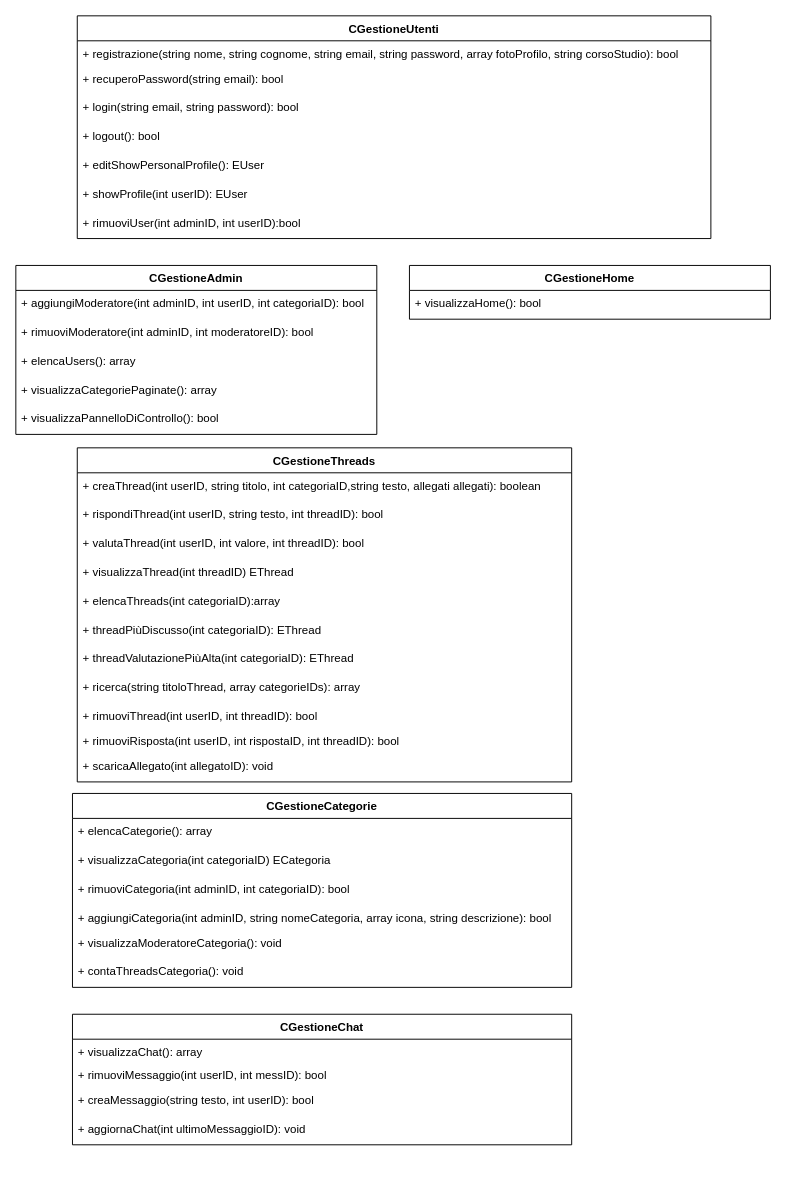
Earlier version of the draw.io diagram Diagrammi/UMLControl.drawio (EdoPan/UniChat). Source tidied: cells renumbered, new cells numbered last; positions are measured from the earlier drawing's top-left corner, leaving out a move shared by most shapes. Both pictures are drawn from the tidied source at 96%, with x=0, y=0 at pixel (15, 15).
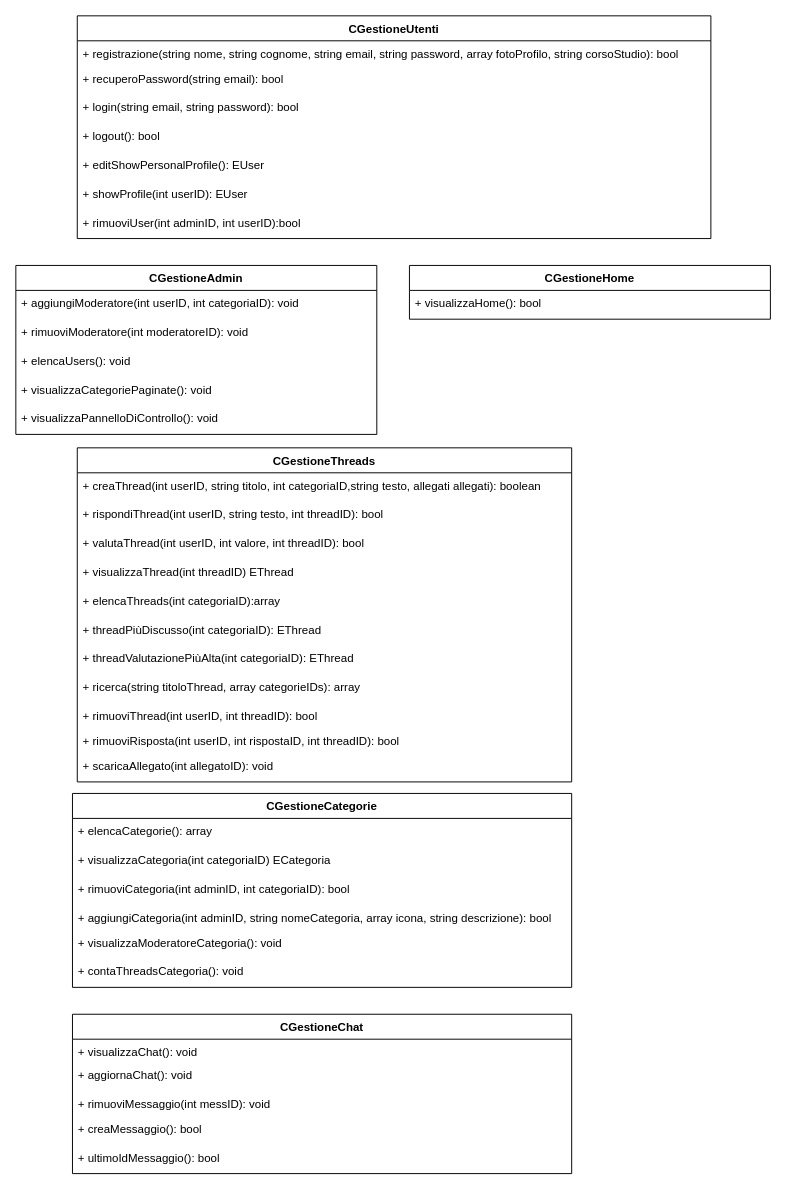
Above is the later version.

Unchanged cells that the change refers to:
```xml
<mxCell id="10" value="CGestioneAdmin" style="swimlane;fontStyle=1;align=center;verticalAlign=top;horizontal=1;startSize=26;" parent="1" vertex="1">
  <mxGeometry y="260" width="376" height="176" as="geometry" />
</mxCell>
```

Change to the diagram source:
```diff
@@
-    <mxCell id="11" value="+ aggiungiModeratore(int adminID, int userID, int categoriaID): bool" style="text;strokeColor=none;fillColor=none;align=left;verticalAlign=top;spacingLeft=4;spacingRight=4;overflow=hidden;" parent="10" vertex="1">
+    <mxCell id="11" value="+ aggiungiModeratore(int userID, int categoriaID): void" style="text;strokeColor=none;fillColor=none;align=left;verticalAlign=top;spacingLeft=4;spacingRight=4;overflow=hidden;" parent="10" vertex="1">
       <mxGeometry y="26" width="376" height="30" as="geometry" />
     </mxCell>
-    <mxCell id="12" value="+ rimuoviModeratore(int adminID, int moderatoreID): bool" style="text;strokeColor=none;fillColor=none;align=left;verticalAlign=top;spacingLeft=4;spacingRight=4;overflow=hidden;" parent="10" vertex="1">
+    <mxCell id="12" value="+ rimuoviModeratore(int moderatoreID): void" style="text;strokeColor=none;fillColor=none;align=left;verticalAlign=top;spacingLeft=4;spacingRight=4;overflow=hidden;" parent="10" vertex="1">
       <mxGeometry y="56" width="376" height="30" as="geometry" />
     </mxCell>
-    <mxCell id="13" value="+ elencaUsers(): array" style="text;strokeColor=none;fillColor=none;align=left;verticalAlign=top;spacingLeft=4;spacingRight=4;overflow=hidden;" parent="10" vertex="1">
+    <mxCell id="13" value="+ elencaUsers(): void" style="text;strokeColor=none;fillColor=none;align=left;verticalAlign=top;spacingLeft=4;spacingRight=4;overflow=hidden;" parent="10" vertex="1">
       <mxGeometry y="86" width="376" height="30" as="geometry" />
     </mxCell>
-    <mxCell id="14" value="+ visualizzaCategoriePaginate(): array" style="text;strokeColor=none;fillColor=none;align=left;verticalAlign=top;spacingLeft=4;spacingRight=4;overflow=hidden;" parent="10" vertex="1">
+    <mxCell id="14" value="+ visualizzaCategoriePaginate(): void" style="text;strokeColor=none;fillColor=none;align=left;verticalAlign=top;spacingLeft=4;spacingRight=4;overflow=hidden;" parent="10" vertex="1">
       <mxGeometry y="116" width="376" height="30" as="geometry" />
     </mxCell>
-    <mxCell id="15" value="+ visualizzaPannelloDiControllo(): bool" style="text;strokeColor=none;fillColor=none;align=left;verticalAlign=top;spacingLeft=4;spacingRight=4;overflow=hidden;" parent="10" vertex="1">
+    <mxCell id="15" value="+ visualizzaPannelloDiControllo(): void" style="text;strokeColor=none;fillColor=none;align=left;verticalAlign=top;spacingLeft=4;spacingRight=4;overflow=hidden;" parent="10" vertex="1">
       <mxGeometry y="146" width="376" height="30" as="geometry" />
     </mxCell>
@@
     <mxCell id="35" value="CGestioneChat" style="swimlane;fontStyle=1;align=center;verticalAlign=top;horizontal=1;startSize=26;" parent="1" vertex="1">
-      <mxGeometry x="59" y="1040" width="520" height="136" as="geometry" />
+      <mxGeometry x="59" y="1040" width="520" height="166" as="geometry" />
     </mxCell>
-    <mxCell id="36" value="+ visualizzaChat(): array" style="text;strokeColor=none;fillColor=none;align=left;verticalAlign=top;spacingLeft=4;spacingRight=4;overflow=hidden;" parent="35" vertex="1">
+    <mxCell id="36" value="+ visualizzaChat(): void" style="text;strokeColor=none;fillColor=none;align=left;verticalAlign=top;spacingLeft=4;spacingRight=4;overflow=hidden;" parent="35" vertex="1">
       <mxGeometry y="26" width="520" height="24" as="geometry" />
     </mxCell>
+    <mxCell id="39" value="+ aggiornaChat(): void" style="text;strokeColor=none;fillColor=none;align=left;verticalAlign=top;spacingLeft=4;spacingRight=4;overflow=hidden;" parent="35" vertex="1">
+      <mxGeometry y="50" width="520" height="30" as="geometry" />
+    </mxCell>
-    <mxCell id="37" value="+ rimuoviMessaggio(int userID, int messID): bool" style="text;strokeColor=none;fillColor=none;align=left;verticalAlign=top;spacingLeft=4;spacingRight=4;overflow=hidden;" parent="35" vertex="1">
-      <mxGeometry y="50" width="520" height="26" as="geometry" />
+    <mxCell id="37" value="+ rimuoviMessaggio(int messID): void" style="text;strokeColor=none;fillColor=none;align=left;verticalAlign=top;spacingLeft=4;spacingRight=4;overflow=hidden;" parent="35" vertex="1">
+      <mxGeometry y="80" width="520" height="26" as="geometry" />
     </mxCell>
-    <mxCell id="38" value="+ creaMessaggio(string testo, int userID): bool" style="text;strokeColor=none;fillColor=none;align=left;verticalAlign=top;spacingLeft=4;spacingRight=4;overflow=hidden;" parent="35" vertex="1">
-      <mxGeometry y="76" width="520" height="30" as="geometry" />
+    <mxCell id="38" value="+ creaMessaggio(): bool" style="text;strokeColor=none;fillColor=none;align=left;verticalAlign=top;spacingLeft=4;spacingRight=4;overflow=hidden;" parent="35" vertex="1">
+      <mxGeometry y="106" width="520" height="30" as="geometry" />
     </mxCell>
-    <mxCell id="39" value="+ aggiornaChat(int ultimoMessaggioID): void" style="text;strokeColor=none;fillColor=none;align=left;verticalAlign=top;spacingLeft=4;spacingRight=4;overflow=hidden;" parent="35" vertex="1">
-      <mxGeometry y="106" width="520" height="30" as="geometry" />
-    </mxCell>
+    <mxCell id="42" value="+ ultimoIdMessaggio(): bool" style="text;strokeColor=none;fillColor=none;align=left;verticalAlign=top;spacingLeft=4;spacingRight=4;overflow=hidden;" parent="35" vertex="1">
+      <mxGeometry y="136" width="520" height="30" as="geometry" />
+    </mxCell>
```
